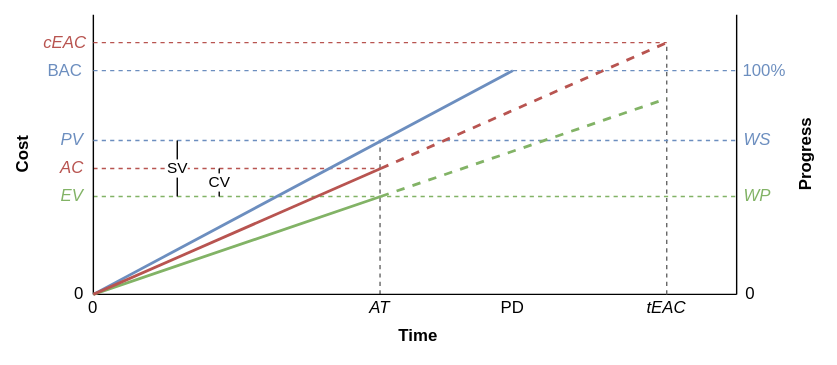
The draw.io diagram book/images/agile-EVM.svg in PM-League/PM-League.github.io, before a commit. Source tidied: cells renumbered, new cells last; positions are measured from the earlier drawing's top-left corner, leaving out a move shared by most shapes.
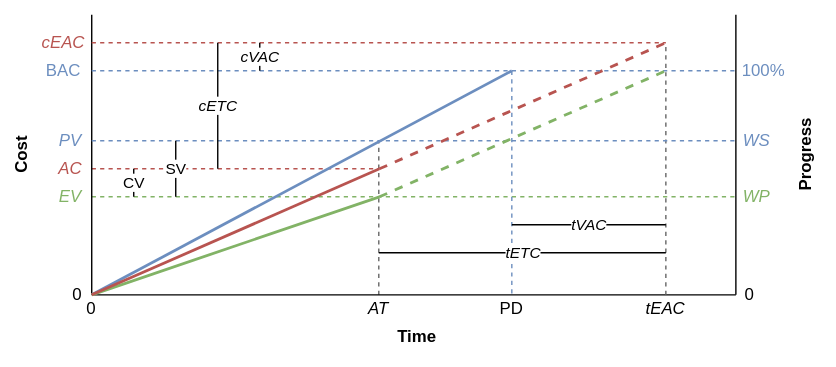
The same diagram one commit later.

Change to the diagram source:
```diff
@@ -3,7 +3,7 @@
     <mxCell id="0" />
     <mxCell id="1" parent="0" />
     <mxCell id="2" style="rounded=0;whiteSpace=wrap;html=1;strokeColor=none;" parent="1" vertex="1">
-      <mxGeometry x="84" width="596" height="260" as="geometry" />
+      <mxGeometry x="84.5" width="596" height="260" as="geometry" />
     </mxCell>
     <mxCell id="3" style="endArrow=none;dashed=1;html=1;strokeWidth=1;rounded=0;startSize=3;endSize=3;fillColor=#d5e8d4;strokeColor=#82b366;" parent="1" edge="1">
       <mxGeometry relative="1" as="geometry">
@@ -128,12 +128,6 @@
         <mxPoint x="355.5" y="120" as="targetPoint" />
       </mxGeometry>
     </mxCell>
-    <mxCell id="32" style="endArrow=none;html=1;fillColor=#d5e8d4;strokeColor=#82b366;dashed=1;strokeWidth=2;rounded=0;" parent="1" edge="1">
-      <mxGeometry relative="1" as="geometry">
-        <mxPoint x="355.5" y="140" as="sourcePoint" />
-        <mxPoint x="560" y="70" as="targetPoint" />
-      </mxGeometry>
-    </mxCell>
     <mxCell id="33" style="endArrow=none;html=1;fillColor=#f8cecc;strokeColor=#b85450;dashed=1;strokeWidth=2;rounded=0;" parent="1" edge="1">
       <mxGeometry relative="1" as="geometry">
         <mxPoint x="355.5" y="120" as="sourcePoint" />
@@ -148,8 +142,8 @@
     </mxCell>
     <mxCell id="35" value="CV" style="endArrow=none;html=1;rounded=0;strokeWidth=1;fontColor=#000000;startSize=1;endSize=1;" parent="1" edge="1">
       <mxGeometry relative="1" as="geometry">
-        <mxPoint x="240" y="140" as="sourcePoint" />
-        <mxPoint x="240" y="120" as="targetPoint" />
+        <mxPoint x="180" y="140" as="sourcePoint" />
+        <mxPoint x="180" y="120" as="targetPoint" />
       </mxGeometry>
     </mxCell>
     <mxCell id="36" style="endArrow=none;dashed=1;html=1;strokeWidth=1;rounded=0;startSize=3;endSize=3;fillColor=#dae8fc;strokeColor=#6c8ebf;entryX=0;entryY=0.5;entryDx=0;entryDy=0;" parent="1" edge="1" target="13">
@@ -157,5 +151,40 @@
         <mxPoint x="150" y="50" as="sourcePoint" />
       </mxGeometry>
     </mxCell>
+    <mxCell id="37" value="cVAC" style="endArrow=none;html=1;rounded=0;strokeWidth=1;fontColor=#000000;startSize=1;endSize=1;fontStyle=2;" parent="1" edge="1">
+      <mxGeometry relative="1" as="geometry">
+        <mxPoint x="270" y="50" as="sourcePoint" />
+        <mxPoint x="270" y="30" as="targetPoint" />
+      </mxGeometry>
+    </mxCell>
+    <mxCell id="38" value="cETC" style="endArrow=none;html=1;rounded=0;strokeWidth=1;fontColor=#000000;startSize=1;endSize=1;fontStyle=2;" parent="1" edge="1">
+      <mxGeometry relative="1" as="geometry">
+        <mxPoint x="240" y="120" as="sourcePoint" />
+        <mxPoint x="240" y="30" as="targetPoint" />
+      </mxGeometry>
+    </mxCell>
+    <mxCell id="39" style="endArrow=none;dashed=1;html=1;strokeWidth=1;rounded=0;startSize=3;endSize=3;fillColor=#dae8fc;strokeColor=#6c8ebf;entryX=0.5;entryY=0;entryDx=0;entryDy=0;" parent="1" edge="1" target="10">
+      <mxGeometry relative="1" as="geometry">
+        <mxPoint x="450" y="50" as="sourcePoint" />
+      </mxGeometry>
+    </mxCell>
+    <mxCell id="40" value="tETC" style="endArrow=none;html=1;rounded=0;strokeWidth=1;fontColor=#000000;startSize=1;endSize=1;fontStyle=2;" parent="1" edge="1">
+      <mxGeometry relative="1" as="geometry">
+        <mxPoint x="560" y="180" as="sourcePoint" />
+        <mxPoint x="355" y="180" as="targetPoint" />
+      </mxGeometry>
+    </mxCell>
+    <mxCell id="41" value="tVAC" style="endArrow=none;html=1;rounded=0;strokeWidth=1;fontColor=#000000;startSize=1;endSize=1;fontStyle=2;" parent="1" edge="1">
+      <mxGeometry relative="1" as="geometry">
+        <mxPoint x="560" y="160" as="sourcePoint" />
+        <mxPoint x="450" y="160" as="targetPoint" />
+      </mxGeometry>
+    </mxCell>
+    <mxCell id="42" style="endArrow=none;html=1;fillColor=#d5e8d4;strokeColor=#82b366;dashed=1;strokeWidth=2;rounded=0;" parent="1" edge="1">
+      <mxGeometry relative="1" as="geometry">
+        <mxPoint x="355.5" y="140" as="sourcePoint" />
+        <mxPoint x="560" y="50" as="targetPoint" />
+      </mxGeometry>
+    </mxCell>
   </root>
 </mxGraphModel>
```
